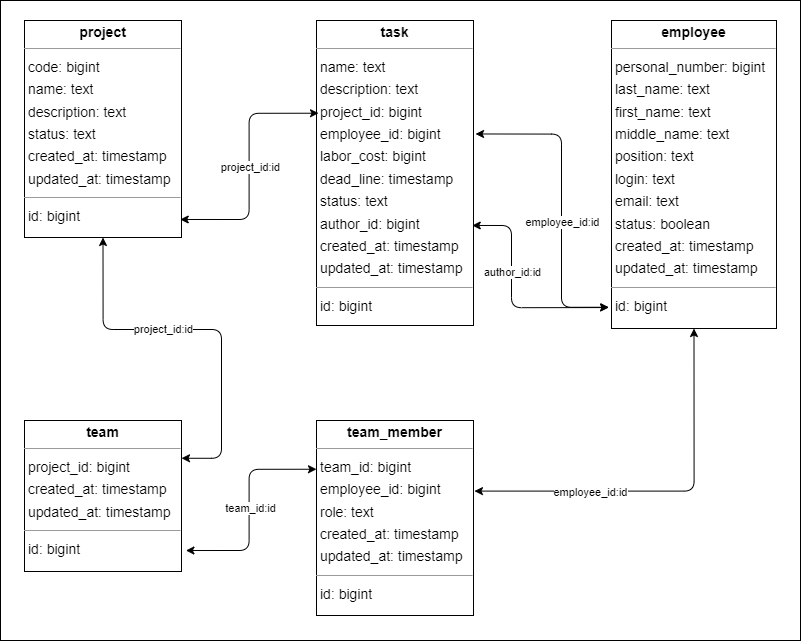
Earlier version of the draw.io export doc/arch/database/physical diagram.png (PavelNaymovets/project_management_system). Source tidied: cells renumbered, new cells last; positions are measured from the earlier drawing's top-left corner, leaving out a move shared by most shapes.
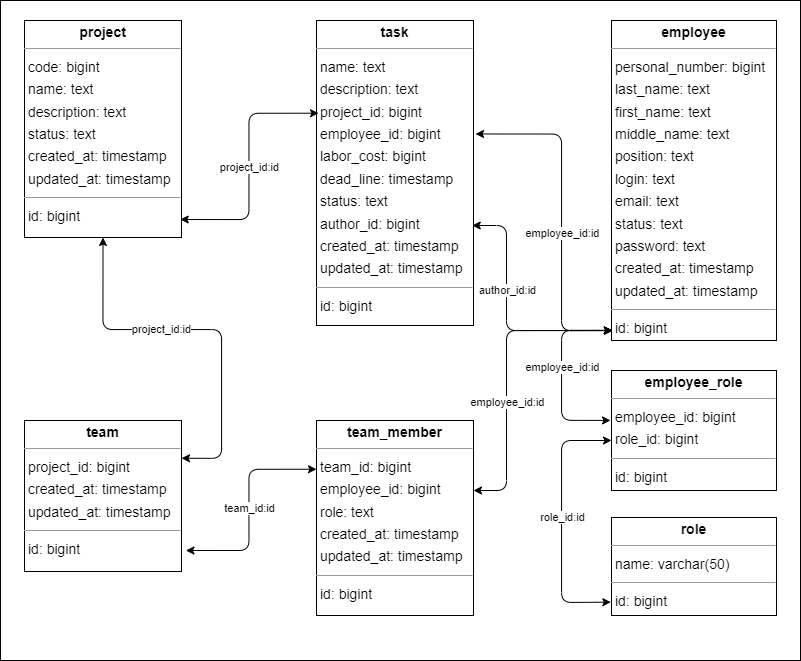
The same diagram one commit later.

Diff of the diagram source:
```diff
@@ -3,10 +3,10 @@
     <mxCell id="0" />
     <mxCell id="1" parent="0" />
     <mxCell id="2" style="rounded=0;whiteSpace=wrap;html=1;" parent="1" vertex="1">
-      <mxGeometry width="800" height="640" as="geometry" />
+      <mxGeometry width="800" height="660" as="geometry" />
     </mxCell>
-    <mxCell id="3" value="&lt;p style=&quot;margin:0px;margin-top:4px;text-align:center;&quot;&gt;&lt;b&gt;employee&lt;/b&gt;&lt;/p&gt;&lt;hr size=&quot;1&quot;/&gt;&lt;p style=&quot;margin:0 0 0 4px;line-height:1.6;&quot;&gt; personal_number: bigint&lt;br/&gt; last_name: text&lt;br/&gt; first_name: text&lt;br/&gt; middle_name: text&lt;br/&gt; position: text&lt;br/&gt; login: text&lt;br/&gt; email: text&lt;br/&gt; status: boolean&lt;br/&gt; created_at: timestamp&lt;br/&gt; updated_at: timestamp&lt;/p&gt;&lt;hr size=&quot;1&quot;/&gt;&lt;p style=&quot;margin:0 0 0 4px;line-height:1.6;&quot;&gt; id: bigint&lt;/p&gt;" style="verticalAlign=top;align=left;overflow=fill;fontSize=14;fontFamily=Helvetica;html=1;rounded=0;shadow=0;comic=0;labelBackgroundColor=none;strokeWidth=1;" parent="1" vertex="1">
-      <mxGeometry x="611" y="20" width="165" height="308" as="geometry" />
+    <mxCell id="3" value="&lt;p style=&quot;margin:0px;margin-top:4px;text-align:center;&quot;&gt;&lt;b&gt;employee&lt;/b&gt;&lt;/p&gt;&lt;hr size=&quot;1&quot;&gt;&lt;p style=&quot;margin:0 0 0 4px;line-height:1.6;&quot;&gt; personal_number: bigint&lt;br&gt; last_name: text&lt;br&gt; first_name: text&lt;br&gt; middle_name: text&lt;br&gt; position: text&lt;br&gt; login: text&lt;br&gt; email: text&lt;br&gt; status: text&lt;/p&gt;&lt;p style=&quot;margin:0 0 0 4px;line-height:1.6;&quot;&gt;password: text&lt;br&gt; created_at: timestamp&lt;br&gt; updated_at: timestamp&lt;/p&gt;&lt;hr size=&quot;1&quot;&gt;&lt;p style=&quot;margin:0 0 0 4px;line-height:1.6;&quot;&gt; id: bigint&lt;/p&gt;" style="verticalAlign=top;align=left;overflow=fill;fontSize=14;fontFamily=Helvetica;html=1;rounded=0;shadow=0;comic=0;labelBackgroundColor=none;strokeWidth=1;" parent="1" vertex="1">
+      <mxGeometry x="611" y="20" width="165" height="320" as="geometry" />
     </mxCell>
     <mxCell id="4" value="&lt;p style=&quot;margin:0px;margin-top:4px;text-align:center;&quot;&gt;&lt;b&gt;project&lt;/b&gt;&lt;/p&gt;&lt;hr size=&quot;1&quot;/&gt;&lt;p style=&quot;margin:0 0 0 4px;line-height:1.6;&quot;&gt; code: bigint&lt;br/&gt; name: text&lt;br/&gt; description: text&lt;br/&gt; status: text&lt;br/&gt; created_at: timestamp&lt;br/&gt; updated_at: timestamp&lt;/p&gt;&lt;hr size=&quot;1&quot;/&gt;&lt;p style=&quot;margin:0 0 0 4px;line-height:1.6;&quot;&gt; id: bigint&lt;/p&gt;" style="verticalAlign=top;align=left;overflow=fill;fontSize=14;fontFamily=Helvetica;html=1;rounded=0;shadow=0;comic=0;labelBackgroundColor=none;strokeWidth=1;" parent="1" vertex="1">
       <mxGeometry x="24" y="20" width="157" height="217" as="geometry" />
@@ -26,11 +26,11 @@
     <mxCell id="9" value="project_id:id" style="edgeLabel;html=1;align=center;verticalAlign=middle;" parent="8" vertex="1">
       <mxGeometry relative="1" as="geometry" />
     </mxCell>
-    <mxCell id="10" style="endArrow=classic;html=1;rounded=1;startArrow=classic;startFill=1;edgeStyle=orthogonalEdgeStyle;entryX=-0.016;entryY=0.931;entryDx=0;entryDy=0;entryPerimeter=0;exitX=1.013;exitY=0.372;exitDx=0;exitDy=0;exitPerimeter=0;" parent="1" edge="1" source="5" target="3">
+    <mxCell id="10" style="endArrow=classic;html=1;rounded=1;startArrow=classic;startFill=1;edgeStyle=orthogonalEdgeStyle;exitX=1.013;exitY=0.372;exitDx=0;exitDy=0;exitPerimeter=0;entryX=0.007;entryY=0.969;entryDx=0;entryDy=0;entryPerimeter=0;" parent="1" edge="1" source="5" target="3">
       <mxGeometry relative="1" as="geometry">
         <Array as="points">
           <mxPoint x="561" y="134" />
-          <mxPoint x="561" y="307" />
+          <mxPoint x="561" y="330" />
         </Array>
       </mxGeometry>
     </mxCell>
@@ -39,11 +39,11 @@
         <mxPoint y="19" as="offset" />
       </mxGeometry>
     </mxCell>
-    <mxCell id="12" style="endArrow=classic;html=1;rounded=1;startArrow=classic;startFill=1;edgeStyle=orthogonalEdgeStyle;exitX=0.992;exitY=0.672;exitDx=0;exitDy=0;exitPerimeter=0;entryX=-0.018;entryY=0.932;entryDx=0;entryDy=0;entryPerimeter=0;" parent="1" edge="1" source="5" target="3">
+    <mxCell id="12" style="endArrow=classic;html=1;rounded=1;startArrow=classic;startFill=1;edgeStyle=orthogonalEdgeStyle;exitX=0.992;exitY=0.672;exitDx=0;exitDy=0;exitPerimeter=0;entryX=0.007;entryY=0.969;entryDx=0;entryDy=0;entryPerimeter=0;" parent="1" edge="1" source="5" target="3">
       <mxGeometry relative="1" as="geometry">
         <Array as="points">
-          <mxPoint x="511" y="225" />
-          <mxPoint x="511" y="307" />
+          <mxPoint x="506" y="225" />
+          <mxPoint x="506" y="330" />
         </Array>
       </mxGeometry>
     </mxCell>
@@ -52,14 +52,6 @@
         <mxPoint y="-25" as="offset" />
       </mxGeometry>
     </mxCell>
-    <mxCell id="14" style="endArrow=classic;html=1;rounded=1;startArrow=classic;startFill=1;edgeStyle=orthogonalEdgeStyle;exitX=1.006;exitY=0.362;exitDx=0;exitDy=0;exitPerimeter=0;entryX=0.5;entryY=1;entryDx=0;entryDy=0;" parent="1" edge="1" source="7" target="3">
-      <mxGeometry relative="1" as="geometry" />
-    </mxCell>
-    <mxCell id="15" value="employee_id:id" style="edgeLabel;html=1;align=center;verticalAlign=middle;" parent="14" vertex="1">
-      <mxGeometry relative="1" as="geometry">
-        <mxPoint x="-77" as="offset" />
-      </mxGeometry>
-    </mxCell>
     <mxCell id="16" style="endArrow=classic;html=1;rounded=1;startArrow=classic;startFill=1;edgeStyle=orthogonalEdgeStyle;entryX=0;entryY=0.25;entryDx=0;entryDy=0;exitX=1.028;exitY=0.861;exitDx=0;exitDy=0;exitPerimeter=0;" parent="1" edge="1" source="6" target="7">
       <mxGeometry relative="1" as="geometry" />
     </mxCell>
@@ -80,5 +72,54 @@
         <mxPoint x="-39" y="-1" as="offset" />
       </mxGeometry>
     </mxCell>
+    <mxCell id="20" value="&lt;p style=&quot;margin:0px;margin-top:4px;text-align:center;&quot;&gt;&lt;b&gt;employee_role&lt;/b&gt;&lt;/p&gt;&lt;hr size=&quot;1&quot;&gt;&lt;p style=&quot;margin:0 0 0 4px;line-height:1.6;&quot;&gt;employee_id: bigint&lt;br&gt;&lt;/p&gt;&lt;p style=&quot;margin:0 0 0 4px;line-height:1.6;&quot;&gt;role_id: bigint&lt;/p&gt;&lt;hr size=&quot;1&quot;&gt;&lt;p style=&quot;margin:0 0 0 4px;line-height:1.6;&quot;&gt; id: bigint&lt;/p&gt;" style="verticalAlign=top;align=left;overflow=fill;fontSize=14;fontFamily=Helvetica;html=1;rounded=0;shadow=0;comic=0;labelBackgroundColor=none;strokeWidth=1;" parent="1" vertex="1">
+      <mxGeometry x="611" y="370" width="165" height="120" as="geometry" />
+    </mxCell>
+    <mxCell id="21" value="&lt;p style=&quot;margin:0px;margin-top:4px;text-align:center;&quot;&gt;&lt;b&gt;role&lt;/b&gt;&lt;/p&gt;&lt;hr size=&quot;1&quot;&gt;&lt;p style=&quot;margin:0 0 0 4px;line-height:1.6;&quot;&gt;name: varchar(50)&lt;br&gt;&lt;/p&gt;&lt;hr size=&quot;1&quot;&gt;&lt;p style=&quot;margin:0 0 0 4px;line-height:1.6;&quot;&gt; id: bigint&lt;/p&gt;" style="verticalAlign=top;align=left;overflow=fill;fontSize=14;fontFamily=Helvetica;html=1;rounded=0;shadow=0;comic=0;labelBackgroundColor=none;strokeWidth=1;" parent="1" vertex="1">
+      <mxGeometry x="611" y="517" width="165" height="98" as="geometry" />
+    </mxCell>
+    <mxCell id="22" style="endArrow=classic;html=1;rounded=1;startArrow=classic;startFill=1;edgeStyle=orthogonalEdgeStyle;" parent="1" edge="1">
+      <mxGeometry relative="1" as="geometry">
+        <mxPoint x="473" y="490" as="sourcePoint" />
+        <mxPoint x="612" y="330" as="targetPoint" />
+        <Array as="points">
+          <mxPoint x="506" y="490" />
+          <mxPoint x="506" y="330" />
+        </Array>
+      </mxGeometry>
+    </mxCell>
+    <mxCell id="23" value="employee_id:id" style="edgeLabel;html=1;align=center;verticalAlign=middle;" parent="22" vertex="1">
+      <mxGeometry relative="1" as="geometry">
+        <mxPoint y="27" as="offset" />
+      </mxGeometry>
+    </mxCell>
+    <mxCell id="24" style="endArrow=classic;html=1;rounded=1;edgeStyle=orthogonalEdgeStyle;exitX=-0.006;exitY=0.416;exitDx=0;exitDy=0;exitPerimeter=0;startArrow=classic;startFill=1;entryX=0.003;entryY=0.968;entryDx=0;entryDy=0;entryPerimeter=0;" parent="1" edge="1" source="20" target="3">
+      <mxGeometry relative="1" as="geometry">
+        <Array as="points">
+          <mxPoint x="561" y="420" />
+          <mxPoint x="561" y="330" />
+        </Array>
+      </mxGeometry>
+    </mxCell>
+    <mxCell id="25" value="employee_id:id" style="edgeLabel;html=1;align=center;verticalAlign=middle;" parent="24" vertex="1">
+      <mxGeometry relative="1" as="geometry">
+        <mxPoint y="-7" as="offset" />
+      </mxGeometry>
+    </mxCell>
+    <mxCell id="26" style="endArrow=classic;html=1;rounded=1;edgeStyle=orthogonalEdgeStyle;exitX=-0.004;exitY=0.864;exitDx=0;exitDy=0;exitPerimeter=0;startArrow=classic;startFill=1;entryX=0.003;entryY=0.968;entryDx=0;entryDy=0;entryPerimeter=0;" parent="1" edge="1" source="21">
+      <mxGeometry relative="1" as="geometry">
+        <mxPoint x="611" y="440" as="targetPoint" />
+        <Array as="points">
+          <mxPoint x="606" y="602" />
+          <mxPoint x="561" y="602" />
+          <mxPoint x="561" y="440" />
+        </Array>
+      </mxGeometry>
+    </mxCell>
+    <mxCell id="27" value="role_id:id" style="edgeLabel;html=1;align=center;verticalAlign=middle;" parent="26" vertex="1">
+      <mxGeometry relative="1" as="geometry">
+        <mxPoint y="-4" as="offset" />
+      </mxGeometry>
+    </mxCell>
   </root>
 </mxGraphModel>
```
